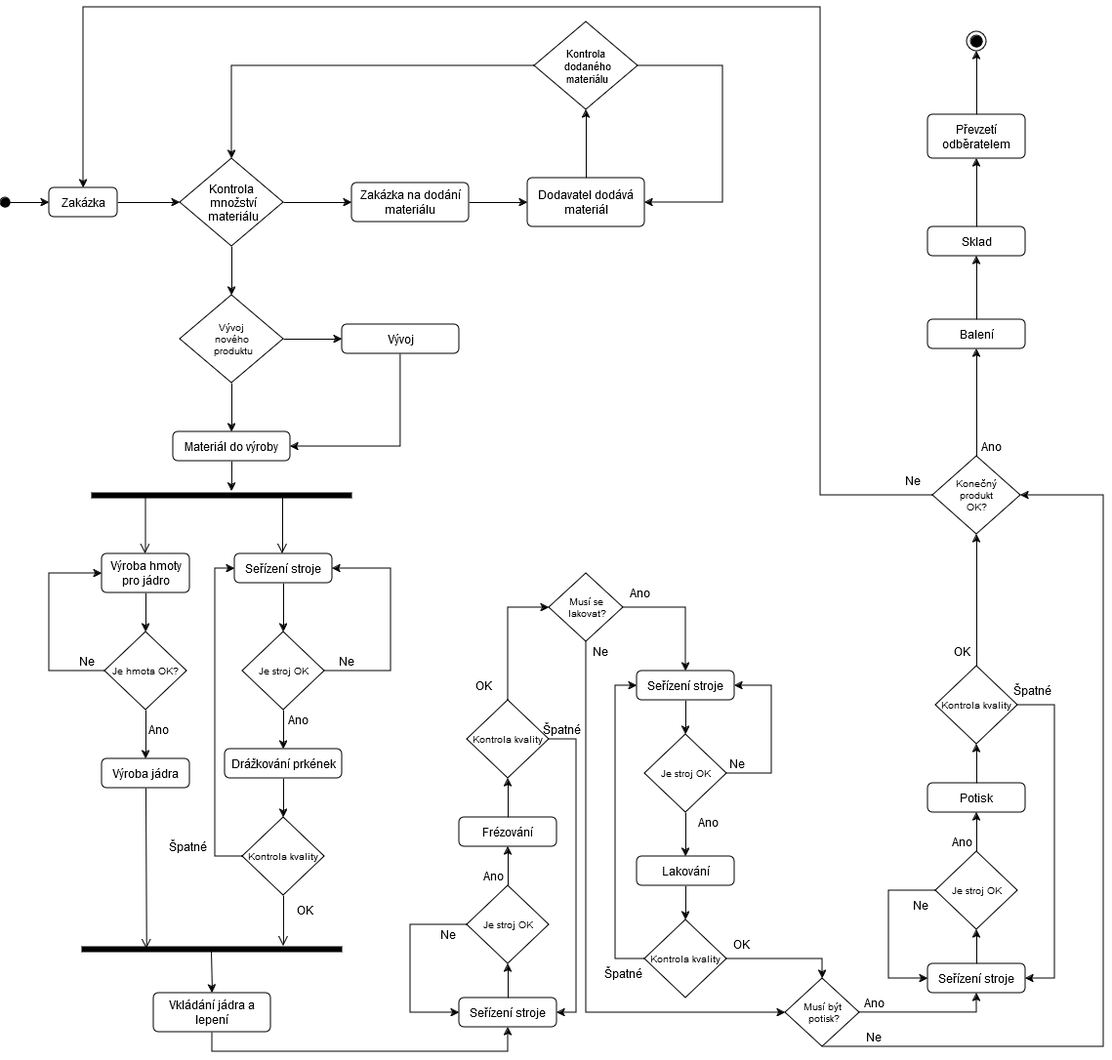
The draw.io diagram SW_ING/Tuzka_Aktivity.png in KarelMasa/pg, before a commit. Source tidied: cells renumbered, new cells last; positions are measured from the earlier drawing's top-left corner, leaving out a move shared by most shapes.
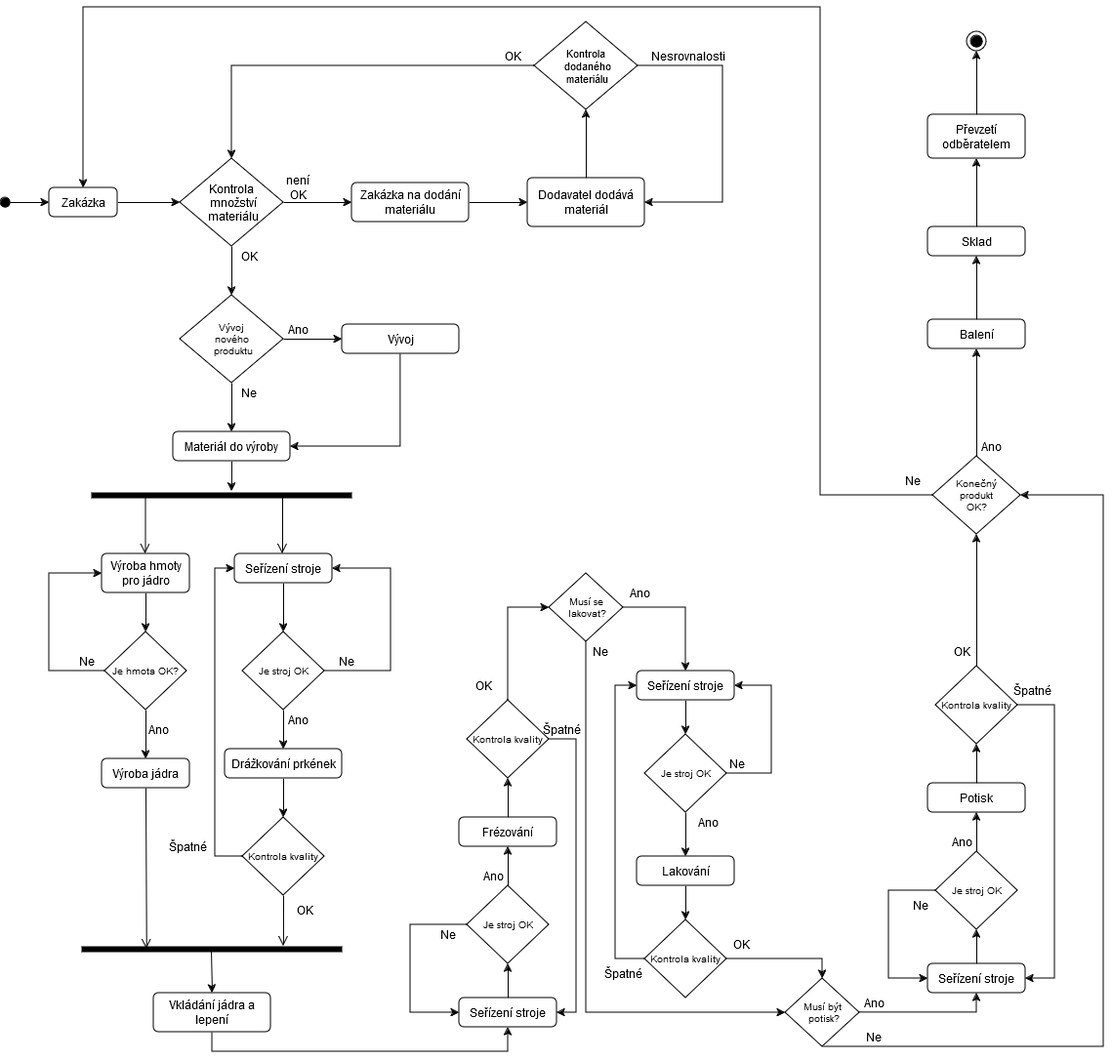
The same file after the commit.

Change to the diagram source:
```diff
@@ -415,5 +415,23 @@
         </Array>
       </mxGeometry>
     </mxCell>
+    <mxCell id="117" value="OK" style="text;strokeColor=none;align=center;fillColor=none;html=1;verticalAlign=middle;whiteSpace=wrap;rounded=0;" parent="1" vertex="1">
+      <mxGeometry x="240" y="245" width="30" height="20" as="geometry" />
+    </mxCell>
+    <mxCell id="118" value="Ano" style="text;strokeColor=none;align=center;fillColor=none;html=1;verticalAlign=middle;whiteSpace=wrap;rounded=0;" parent="1" vertex="1">
+      <mxGeometry x="290" y="320" width="30" height="20" as="geometry" />
+    </mxCell>
+    <mxCell id="119" value="Ne" style="text;strokeColor=none;align=center;fillColor=none;html=1;verticalAlign=middle;whiteSpace=wrap;rounded=0;" parent="1" vertex="1">
+      <mxGeometry x="240" y="385" width="30" height="20" as="geometry" />
+    </mxCell>
+    <mxCell id="120" value="OK" style="text;strokeColor=none;align=center;fillColor=none;html=1;verticalAlign=middle;whiteSpace=wrap;rounded=0;" parent="1" vertex="1">
+      <mxGeometry x="510" y="40" width="30" height="20" as="geometry" />
+    </mxCell>
+    <mxCell id="121" value="Nesrovnalosti" style="text;strokeColor=none;align=center;fillColor=none;html=1;verticalAlign=middle;whiteSpace=wrap;rounded=0;" parent="1" vertex="1">
+      <mxGeometry x="660" y="40" width="90" height="20" as="geometry" />
+    </mxCell>
+    <mxCell id="122" value="&lt;div&gt;není OK&lt;/div&gt;" style="text;strokeColor=none;align=center;fillColor=none;html=1;verticalAlign=middle;whiteSpace=wrap;rounded=0;" parent="1" vertex="1">
+      <mxGeometry x="290" y="175" width="30" height="20" as="geometry" />
+    </mxCell>
   </root>
 </mxGraphModel>
```
